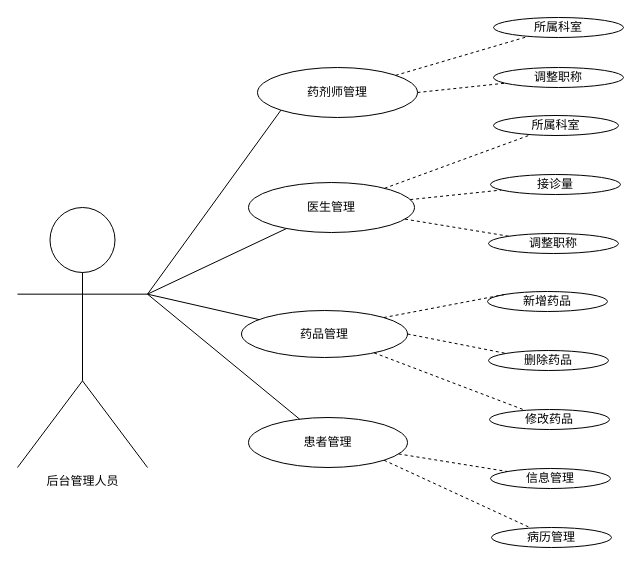
This is page "第 4 页" (4 of 4) of 用例图/未命名绘图.drawio from yansiro145/-, a draw.io file, before an edit. Source tidied: cells renumbered, new cells numbered last; positions are measured from the earlier drawing's top-left corner, leaving out a move shared by most shapes. Both pictures are drawn from the tidied source at 100%, with x=0, y=0 at pixel (17, 17).
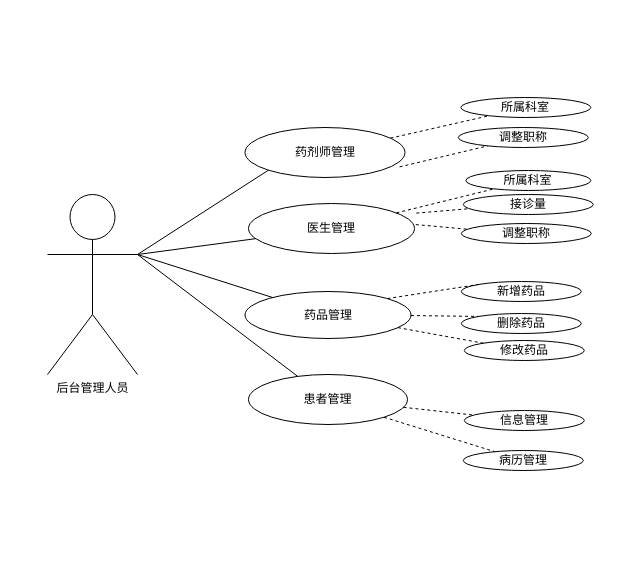
Above is the later version.

What changed in the source:
```diff
@@
     <mxCell id="2" value="后台管理人员" style="shape=umlActor;verticalLabelPosition=bottom;verticalAlign=top;html=1;outlineConnect=0;" parent="1" vertex="1">
-      <mxGeometry y="190" width="130" height="260" as="geometry" />
+      <mxGeometry x="30" y="177" width="90" height="180" as="geometry" />
     </mxCell>
     <mxCell id="3" value="医生管理" style="ellipse;whiteSpace=wrap;html=1;" parent="1" vertex="1">
-      <mxGeometry x="231" y="165" width="166" height="50" as="geometry" />
+      <mxGeometry x="231" y="186" width="166" height="50" as="geometry" />
     </mxCell>
     <mxCell id="4" value="药品管理" style="ellipse;whiteSpace=wrap;html=1;" parent="1" vertex="1">
-      <mxGeometry x="224" y="293" width="166" height="47" as="geometry" />
+      <mxGeometry x="227.5" y="274" width="166" height="47" as="geometry" />
     </mxCell>
     <mxCell id="5" value="患者管理" style="ellipse;whiteSpace=wrap;html=1;" parent="1" vertex="1">
-      <mxGeometry x="231" y="400" width="159" height="50" as="geometry" />
+      <mxGeometry x="231" y="357" width="159" height="50" as="geometry" />
     </mxCell>
     <mxCell id="6" value="药剂师管理" style="ellipse;whiteSpace=wrap;html=1;" parent="1" vertex="1">
-      <mxGeometry x="240" y="50" width="160" height="50" as="geometry" />
+      <mxGeometry x="227.5" y="110" width="160" height="50" as="geometry" />
     </mxCell>
     <mxCell id="7" value="所属科室" style="ellipse;whiteSpace=wrap;html=1;" parent="1" vertex="1">
-      <mxGeometry x="476" y="98" width="125" height="20" as="geometry" />
+      <mxGeometry x="448.3" y="153" width="125" height="20" as="geometry" />
     </mxCell>
     <mxCell id="8" value="新增药品" style="ellipse;whiteSpace=wrap;html=1;" parent="1" vertex="1">
-      <mxGeometry x="470" y="274" width="120" height="20" as="geometry" />
+      <mxGeometry x="443.8" y="264" width="120" height="20" as="geometry" />
     </mxCell>
     <mxCell id="9" value="删除药品" style="ellipse;whiteSpace=wrap;html=1;" parent="1" vertex="1">
-      <mxGeometry x="471" y="333" width="120" height="20" as="geometry" />
+      <mxGeometry x="443.8" y="296" width="120" height="20" as="geometry" />
     </mxCell>
     <mxCell id="10" value="修改药品" style="ellipse;whiteSpace=wrap;html=1;" parent="1" vertex="1">
-      <mxGeometry x="472" y="392" width="120" height="20" as="geometry" />
+      <mxGeometry x="446.8" y="323" width="120" height="20" as="geometry" />
     </mxCell>
     <mxCell id="11" value="信息管理" style="ellipse;whiteSpace=wrap;html=1;" parent="1" vertex="1">
-      <mxGeometry x="473" y="451" width="120" height="20" as="geometry" />
+      <mxGeometry x="446.8" y="393" width="120" height="20" as="geometry" />
     </mxCell>
     <mxCell id="12" value="病历管理" style="ellipse;whiteSpace=wrap;html=1;" parent="1" vertex="1">
-      <mxGeometry x="474" y="510" width="120" height="20" as="geometry" />
+      <mxGeometry x="445.8" y="433" width="120" height="20" as="geometry" />
     </mxCell>
     <mxCell id="13" value="调整职称" style="ellipse;whiteSpace=wrap;html=1;" parent="1" vertex="1">
-      <mxGeometry x="471" y="216" width="130" height="20" as="geometry" />
+      <mxGeometry x="443.8" y="206" width="130" height="20" as="geometry" />
     </mxCell>
     <mxCell id="14" value="调整职称" style="ellipse;whiteSpace=wrap;html=1;" parent="1" vertex="1">
-      <mxGeometry x="476" y="50" width="130" height="20" as="geometry" />
+      <mxGeometry x="440.8" y="110" width="130" height="20" as="geometry" />
     </mxCell>
     <mxCell id="15" value="所属科室" style="ellipse;whiteSpace=wrap;html=1;" parent="1" vertex="1">
-      <mxGeometry x="476" width="130" height="20" as="geometry" />
+      <mxGeometry x="443.3" y="80" width="130" height="20" as="geometry" />
     </mxCell>
     <mxCell id="16" value="接诊量" style="ellipse;whiteSpace=wrap;html=1;" parent="1" vertex="1">
-      <mxGeometry x="473" y="157" width="130" height="20" as="geometry" />
+      <mxGeometry x="445.8" y="177" width="130" height="20" as="geometry" />
     </mxCell>
@@
-    <mxCell id="24" style="endArrow=none;dashed=1;html=1;rounded=0;entryX=0;entryY=0;entryDx=0;entryDy=0;exitX=1;exitY=0.5;exitDx=0;exitDy=0;" parent="1" edge="1" source="4" target="9">
+    <mxCell id="24" style="endArrow=none;dashed=1;html=1;rounded=0;entryX=0;entryY=0;entryDx=0;entryDy=0;" parent="1" edge="1" source="4" target="9">
       <mxGeometry relative="1" as="geometry" />
     </mxCell>
@@
-    <mxCell id="26" style="endArrow=none;dashed=1;html=1;rounded=0;" parent="1" edge="1" source="3" target="13">
-      <mxGeometry relative="1" as="geometry" />
+    <mxCell id="26" style="endArrow=none;dashed=1;html=1;rounded=0;" parent="1" edge="1" target="13">
+      <mxGeometry relative="1" as="geometry">
+        <mxPoint x="398.3" y="207.1" as="sourcePoint" />
+      </mxGeometry>
     </mxCell>
-    <mxCell id="27" style="endArrow=none;dashed=1;html=1;rounded=0;" parent="1" edge="1" source="3" target="16">
-      <mxGeometry relative="1" as="geometry" />
+    <mxCell id="27" style="endArrow=none;dashed=1;html=1;rounded=0;" parent="1" edge="1" target="16">
+      <mxGeometry relative="1" as="geometry">
+        <mxPoint x="398.8" y="195.6" as="sourcePoint" />
+      </mxGeometry>
     </mxCell>
@@
-    <mxCell id="30" style="endArrow=none;dashed=1;html=1;rounded=0;exitX=1;exitY=0.5;exitDx=0;exitDy=0;" parent="1" edge="1" source="6" target="14">
+    <mxCell id="30" style="endArrow=none;dashed=1;html=1;rounded=0;exitX=0.966;exitY=0.788;exitDx=0;exitDy=0;exitPerimeter=0;" parent="1" edge="1" source="6" target="14">
       <mxGeometry relative="1" as="geometry" />
     </mxCell>
```
